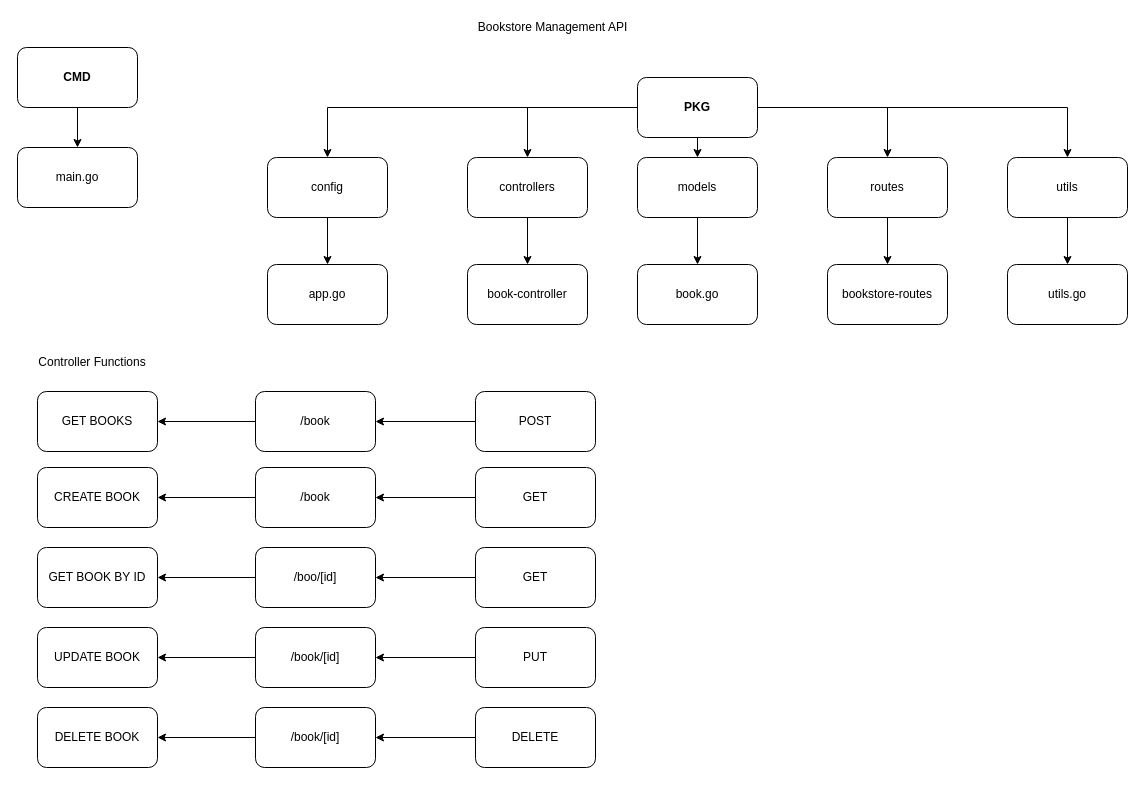
Above: bookstore-management.drawio in cjodra14/bookstore_management (draw.io), before the change. Source tidied: cells renumbered, new cells numbered last; positions are measured from the earlier drawing's top-left corner, leaving out a move shared by most shapes. Both pictures are drawn from the tidied source at 100%, with x=0, y=0 at pixel (17, 17).
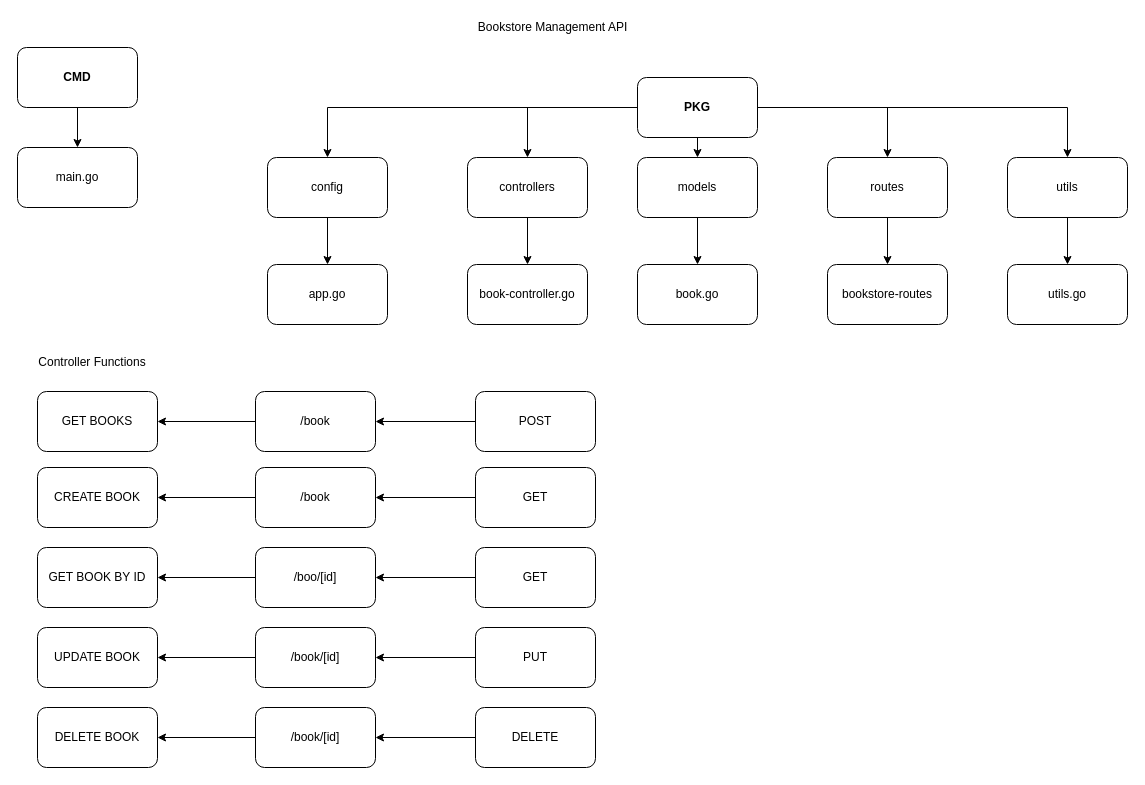
The same page after the edit.

Change to the diagram source:
```diff
@@
-    <mxCell id="24" value="book-controller" style="rounded=1;whiteSpace=wrap;html=1;" parent="1" vertex="1">
+    <mxCell id="24" value="book-controller.go" style="rounded=1;whiteSpace=wrap;html=1;" parent="1" vertex="1">
       <mxGeometry x="450" y="247" width="120" height="60" as="geometry" />
     </mxCell>
```
